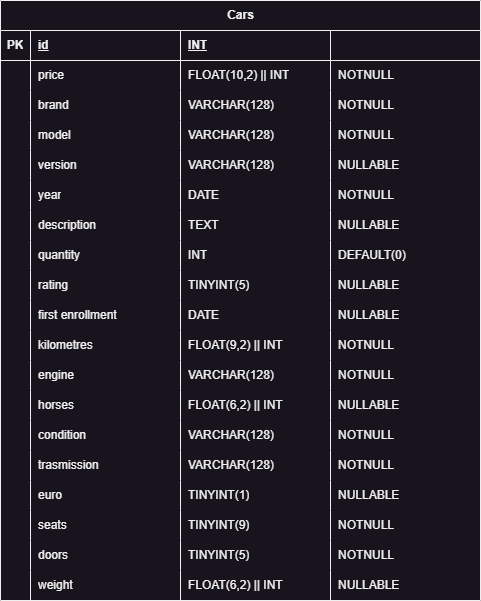
The draw.io diagram db-first_26-06_drawio.png in fabiodigiacomopepe/db-first, before a commit. Source tidied: cells renumbered, new cells last; positions are measured from the earlier drawing's top-left corner, leaving out a move shared by most shapes.
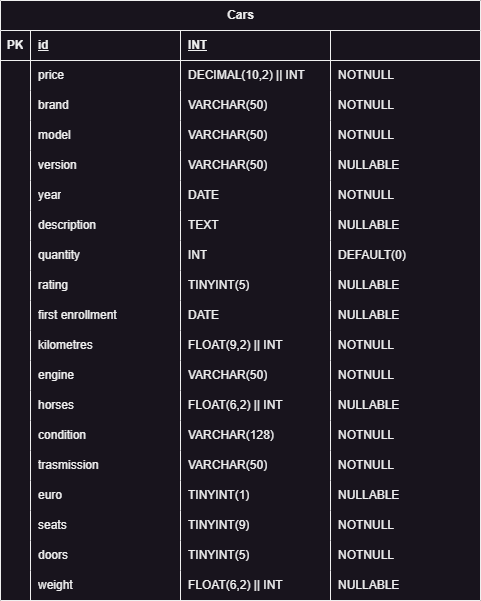
After the commit.

The edit, as a diff of the source:
```diff
@@ -29,7 +29,7 @@
     <mxCell id="10" value="price" style="shape=partialRectangle;fillColor=none;top=0;left=0;bottom=0;right=0;align=left;spacingLeft=6;overflow=hidden;whiteSpace=wrap;html=1;" parent="8" vertex="1">
       <mxGeometry x="30" width="150" height="30" as="geometry" />
     </mxCell>
-    <mxCell id="11" value="FLOAT(10,2) || INT" style="shape=partialRectangle;fillColor=none;top=0;left=0;bottom=0;right=0;align=left;spacingLeft=6;overflow=hidden;whiteSpace=wrap;html=1;" parent="8" vertex="1">
+    <mxCell id="11" value="DECIMAL(10,2) || INT" style="shape=partialRectangle;fillColor=none;top=0;left=0;bottom=0;right=0;align=left;spacingLeft=6;overflow=hidden;whiteSpace=wrap;html=1;" parent="8" vertex="1">
       <mxGeometry x="180" width="150" height="30" as="geometry" />
     </mxCell>
     <mxCell id="12" value="NOTNULL" style="shape=partialRectangle;fillColor=none;top=0;left=0;bottom=0;right=0;align=left;spacingLeft=6;overflow=hidden;whiteSpace=wrap;html=1;" parent="8" vertex="1">
@@ -44,7 +44,7 @@
     <mxCell id="15" value="brand" style="shape=partialRectangle;fillColor=none;top=0;left=0;bottom=0;right=0;align=left;spacingLeft=6;overflow=hidden;whiteSpace=wrap;html=1;" parent="13" vertex="1">
       <mxGeometry x="30" width="150" height="30" as="geometry" />
     </mxCell>
-    <mxCell id="16" value="VARCHAR(128)" style="shape=partialRectangle;fillColor=none;top=0;left=0;bottom=0;right=0;align=left;spacingLeft=6;overflow=hidden;whiteSpace=wrap;html=1;" parent="13" vertex="1">
+    <mxCell id="16" value="VARCHAR(50)" style="shape=partialRectangle;fillColor=none;top=0;left=0;bottom=0;right=0;align=left;spacingLeft=6;overflow=hidden;whiteSpace=wrap;html=1;" parent="13" vertex="1">
       <mxGeometry x="180" width="150" height="30" as="geometry" />
     </mxCell>
     <mxCell id="17" value="NOTNULL" style="shape=partialRectangle;fillColor=none;top=0;left=0;bottom=0;right=0;align=left;spacingLeft=6;overflow=hidden;whiteSpace=wrap;html=1;" parent="13" vertex="1">
@@ -59,7 +59,7 @@
     <mxCell id="20" value="model" style="shape=partialRectangle;fillColor=none;top=0;left=0;bottom=0;right=0;align=left;spacingLeft=6;overflow=hidden;whiteSpace=wrap;html=1;" parent="18" vertex="1">
       <mxGeometry x="30" width="150" height="30" as="geometry" />
     </mxCell>
-    <mxCell id="21" value="VARCHAR(128)" style="shape=partialRectangle;fillColor=none;top=0;left=0;bottom=0;right=0;align=left;spacingLeft=6;overflow=hidden;whiteSpace=wrap;html=1;" parent="18" vertex="1">
+    <mxCell id="21" value="VARCHAR(50)" style="shape=partialRectangle;fillColor=none;top=0;left=0;bottom=0;right=0;align=left;spacingLeft=6;overflow=hidden;whiteSpace=wrap;html=1;" parent="18" vertex="1">
       <mxGeometry x="180" width="150" height="30" as="geometry" />
     </mxCell>
     <mxCell id="22" value="NOTNULL" style="shape=partialRectangle;fillColor=none;top=0;left=0;bottom=0;right=0;align=left;spacingLeft=6;overflow=hidden;whiteSpace=wrap;html=1;" parent="18" vertex="1">
@@ -74,7 +74,7 @@
     <mxCell id="25" value="version" style="shape=partialRectangle;fillColor=none;top=0;left=0;bottom=0;right=0;align=left;spacingLeft=6;overflow=hidden;whiteSpace=wrap;html=1;" parent="23" vertex="1">
       <mxGeometry x="30" width="150" height="30" as="geometry" />
     </mxCell>
-    <mxCell id="26" value="VARCHAR(128)" style="shape=partialRectangle;fillColor=none;top=0;left=0;bottom=0;right=0;align=left;spacingLeft=6;overflow=hidden;whiteSpace=wrap;html=1;" parent="23" vertex="1">
+    <mxCell id="26" value="VARCHAR(50)" style="shape=partialRectangle;fillColor=none;top=0;left=0;bottom=0;right=0;align=left;spacingLeft=6;overflow=hidden;whiteSpace=wrap;html=1;" parent="23" vertex="1">
       <mxGeometry x="180" width="150" height="30" as="geometry" />
     </mxCell>
     <mxCell id="27" value="NULLABLE" style="shape=partialRectangle;fillColor=none;top=0;left=0;bottom=0;right=0;align=left;spacingLeft=6;overflow=hidden;whiteSpace=wrap;html=1;" parent="23" vertex="1">
@@ -179,7 +179,7 @@
     <mxCell id="60" value="engine" style="shape=partialRectangle;fillColor=none;top=0;left=0;bottom=0;right=0;align=left;spacingLeft=6;overflow=hidden;whiteSpace=wrap;html=1;" parent="58" vertex="1">
       <mxGeometry x="30" width="150" height="30" as="geometry" />
     </mxCell>
-    <mxCell id="61" value="VARCHAR(128)" style="shape=partialRectangle;fillColor=none;top=0;left=0;bottom=0;right=0;align=left;spacingLeft=6;overflow=hidden;whiteSpace=wrap;html=1;" parent="58" vertex="1">
+    <mxCell id="61" value="VARCHAR(50)" style="shape=partialRectangle;fillColor=none;top=0;left=0;bottom=0;right=0;align=left;spacingLeft=6;overflow=hidden;whiteSpace=wrap;html=1;" parent="58" vertex="1">
       <mxGeometry x="180" width="150" height="30" as="geometry" />
     </mxCell>
     <mxCell id="62" value="NOTNULL" style="shape=partialRectangle;fillColor=none;top=0;left=0;bottom=0;right=0;align=left;spacingLeft=6;overflow=hidden;whiteSpace=wrap;html=1;" parent="58" vertex="1">
@@ -224,7 +224,7 @@
     <mxCell id="75" value="trasmission" style="shape=partialRectangle;fillColor=none;top=0;left=0;bottom=0;right=0;align=left;spacingLeft=6;overflow=hidden;whiteSpace=wrap;html=1;" parent="73" vertex="1">
       <mxGeometry x="30" width="150" height="30" as="geometry" />
     </mxCell>
-    <mxCell id="76" value="VARCHAR(128)" style="shape=partialRectangle;fillColor=none;top=0;left=0;bottom=0;right=0;align=left;spacingLeft=6;overflow=hidden;whiteSpace=wrap;html=1;" parent="73" vertex="1">
+    <mxCell id="76" value="VARCHAR(50)" style="shape=partialRectangle;fillColor=none;top=0;left=0;bottom=0;right=0;align=left;spacingLeft=6;overflow=hidden;whiteSpace=wrap;html=1;" parent="73" vertex="1">
       <mxGeometry x="180" width="150" height="30" as="geometry" />
     </mxCell>
     <mxCell id="77" value="NOTNULL" style="shape=partialRectangle;fillColor=none;top=0;left=0;bottom=0;right=0;align=left;spacingLeft=6;overflow=hidden;whiteSpace=wrap;html=1;" parent="73" vertex="1">
```
